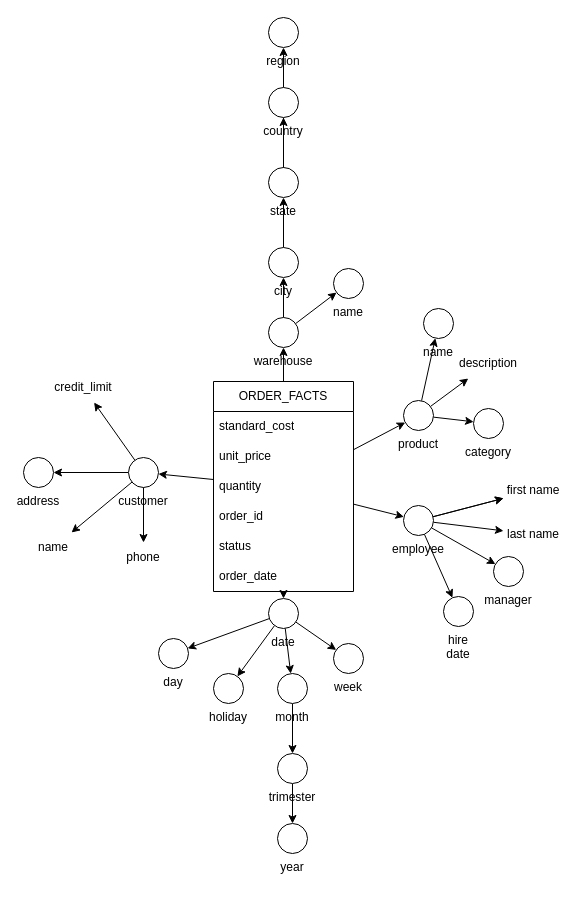
Above: page "ORDER_FACTS" (1 of 4) of docs/DFM.drawio in joaobraganca555/GlobalTech_ETL (draw.io), before the change. Source tidied: cells renumbered, new cells numbered last; positions are measured from the earlier drawing's top-left corner, leaving out a move shared by most shapes. Both pictures are drawn from the tidied source at 100%, with x=0, y=0 at pixel (23, 17).
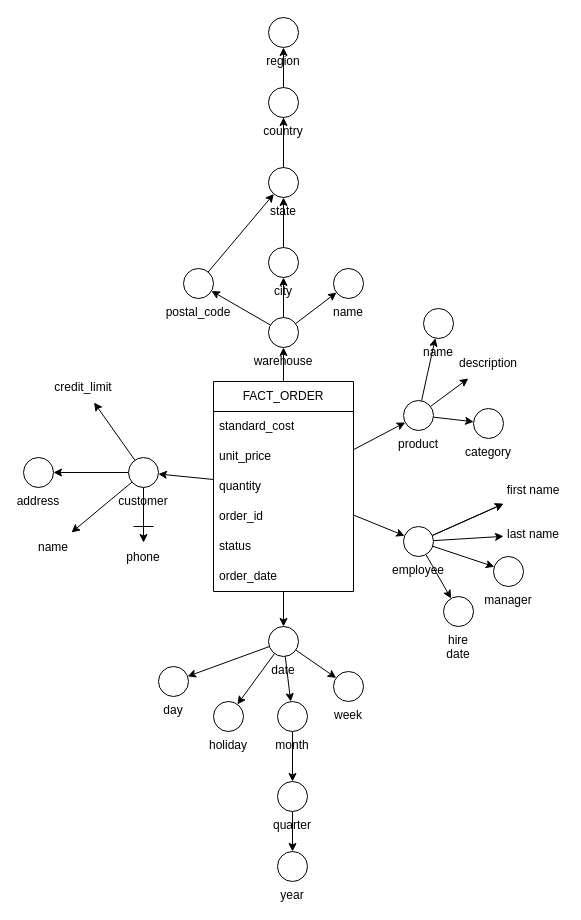
The same page after the edit.

The change refers to these unchanged cells:
```xml
<mxCell id="23" value="warehouse" style="ellipse;whiteSpace=wrap;html=1;labelPosition=center;verticalLabelPosition=bottom;align=center;verticalAlign=top;" parent="1" vertex="1">
  <mxGeometry x="245" y="300" width="30" height="30" as="geometry" />
</mxCell>
<mxCell id="28" value="state" style="ellipse;whiteSpace=wrap;html=1;labelPosition=center;verticalLabelPosition=bottom;align=center;verticalAlign=top;" parent="1" vertex="1">
  <mxGeometry x="245" y="150" width="30" height="30" as="geometry" />
</mxCell>
```

Change to the diagram source:
```diff
@@
-    <mxCell id="4" value="ORDER_FACTS" style="swimlane;fontStyle=0;horizontal=1;startSize=30;whiteSpace=wrap;html=1;" parent="1" vertex="1">
+    <mxCell id="4" value="FACT_ORDER" style="swimlane;fontStyle=0;horizontal=1;startSize=30;whiteSpace=wrap;html=1;" parent="1" vertex="1">
       <mxGeometry x="190" y="364" width="140" height="210" as="geometry" />
     </mxCell>
@@
+    <mxCell id="65" style="rounded=0;jettySize=auto;html=1;fontColor=#000000;" parent="1" edge="1" source="23" target="67">
+      <mxGeometry relative="1" as="geometry" />
+    </mxCell>
@@
     <mxCell id="44" value="date" style="ellipse;whiteSpace=wrap;html=1;labelPosition=center;verticalLabelPosition=bottom;align=center;verticalAlign=top;" parent="1" vertex="1">
-      <mxGeometry x="245" y="581" width="30" height="30" as="geometry" />
+      <mxGeometry x="245" y="609" width="30" height="30" as="geometry" />
     </mxCell>
     <mxCell id="45" value="day" style="ellipse;whiteSpace=wrap;html=1;labelPosition=center;verticalLabelPosition=bottom;align=center;verticalAlign=top;" parent="1" vertex="1">
-      <mxGeometry x="135" y="621" width="30" height="30" as="geometry" />
+      <mxGeometry x="135" y="649" width="30" height="30" as="geometry" />
     </mxCell>
     <mxCell id="46" value="week" style="ellipse;whiteSpace=wrap;html=1;labelPosition=center;verticalLabelPosition=bottom;align=center;verticalAlign=top;" parent="1" vertex="1">
-      <mxGeometry x="310" y="626" width="30" height="30" as="geometry" />
+      <mxGeometry x="310" y="654" width="30" height="30" as="geometry" />
     </mxCell>
@@
     <mxCell id="48" value="month" style="ellipse;whiteSpace=wrap;html=1;labelPosition=center;verticalLabelPosition=bottom;align=center;verticalAlign=top;" parent="1" vertex="1">
-      <mxGeometry x="254" y="656" width="30" height="30" as="geometry" />
+      <mxGeometry x="254" y="684" width="30" height="30" as="geometry" />
     </mxCell>
@@
-    <mxCell id="50" value="trimester" style="ellipse;whiteSpace=wrap;html=1;labelPosition=center;verticalLabelPosition=bottom;align=center;verticalAlign=top;" parent="1" vertex="1">
-      <mxGeometry x="254" y="736" width="30" height="30" as="geometry" />
+    <mxCell id="50" value="quarter" style="ellipse;whiteSpace=wrap;html=1;labelPosition=center;verticalLabelPosition=bottom;align=center;verticalAlign=top;" parent="1" vertex="1">
+      <mxGeometry x="254" y="764" width="30" height="30" as="geometry" />
     </mxCell>
     <mxCell id="51" value="year" style="ellipse;whiteSpace=wrap;html=1;labelPosition=center;verticalLabelPosition=bottom;align=center;verticalAlign=top;" parent="1" vertex="1">
-      <mxGeometry x="254" y="806" width="30" height="30" as="geometry" />
+      <mxGeometry x="254" y="834" width="30" height="30" as="geometry" />
     </mxCell>
     <mxCell id="52" value="holiday" style="ellipse;whiteSpace=wrap;html=1;labelPosition=center;verticalLabelPosition=bottom;align=center;verticalAlign=top;" parent="1" vertex="1">
-      <mxGeometry x="190" y="656" width="30" height="30" as="geometry" />
+      <mxGeometry x="190" y="684" width="30" height="30" as="geometry" />
     </mxCell>
@@
     <mxCell id="58" value="employee" style="ellipse;whiteSpace=wrap;html=1;labelPosition=center;verticalLabelPosition=bottom;align=center;verticalAlign=top;" parent="1" vertex="1">
-      <mxGeometry x="380" y="488" width="30" height="30" as="geometry" />
+      <mxGeometry x="380" y="509" width="30" height="30" as="geometry" />
     </mxCell>
@@
+    <mxCell id="66" style="edgeStyle=none;rounded=0;jettySize=auto;html=1;fontColor=#000000;" parent="1" edge="1" source="67" target="28">
+      <mxGeometry relative="1" as="geometry" />
+    </mxCell>
+    <mxCell id="67" value="postal_code" style="ellipse;whiteSpace=wrap;html=1;labelPosition=center;verticalLabelPosition=bottom;align=center;verticalAlign=top;" parent="1" vertex="1">
+      <mxGeometry x="160" y="251" width="30" height="30" as="geometry" />
+    </mxCell>
+    <mxCell id="68" style="endArrow=none;html=1;rounded=0;fontColor=#000000;" parent="1" edge="1">
+      <mxGeometry relative="1" as="geometry">
+        <mxPoint x="130" y="509" as="sourcePoint" />
+        <mxPoint x="110" y="509" as="targetPoint" />
+        <Array as="points">
+          <mxPoint x="120" y="509" />
+        </Array>
+      </mxGeometry>
+    </mxCell>
```
